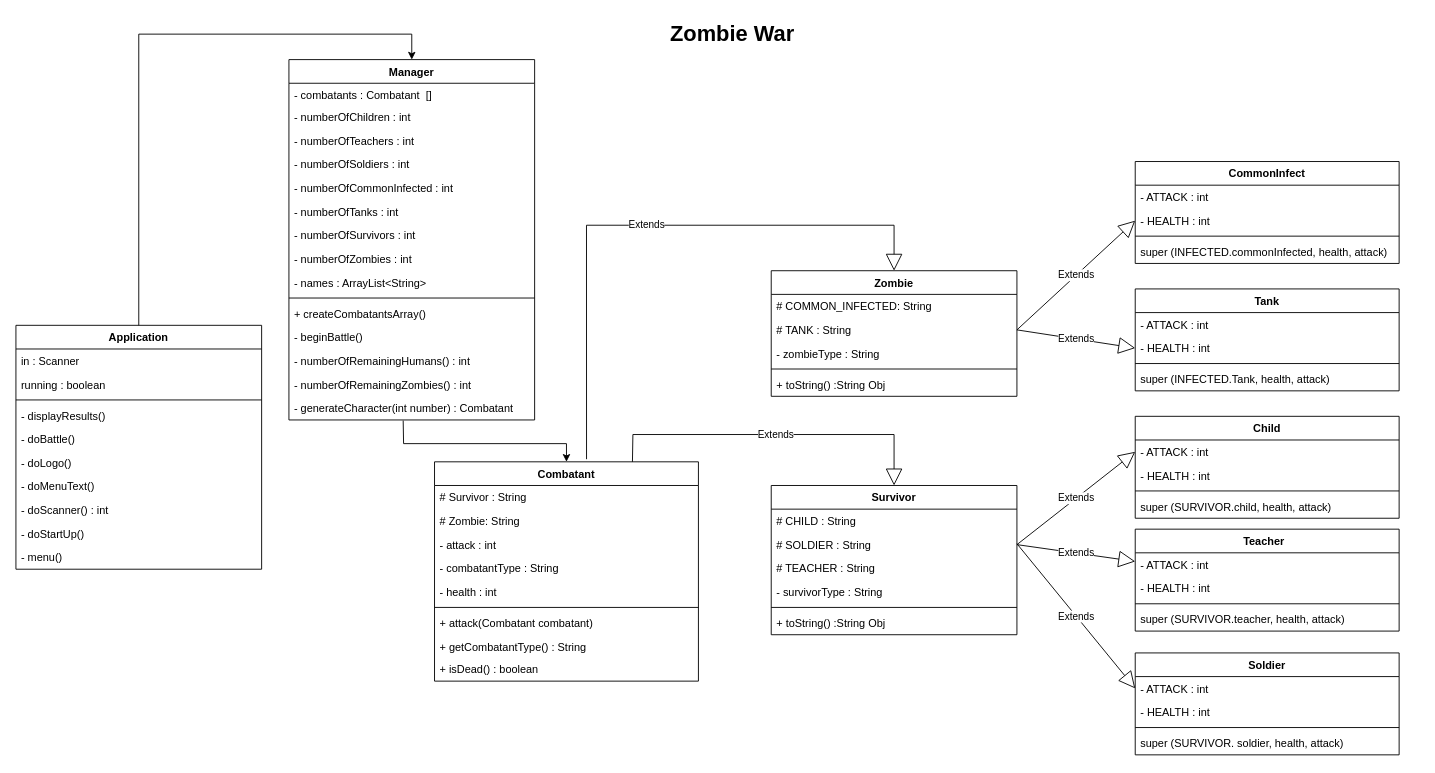
NeslerJCSP/ZombieWar keeps this draw.io diagram as TeamCollabDrawIO.drawio. Above is the earlier version. Source tidied: cells renumbered, new cells numbered last; positions are measured from the earlier drawing's top-left corner, leaving out a move shared by most shapes. Both pictures are drawn from the tidied source at 91%, with x=0, y=0 at pixel (15, 15).
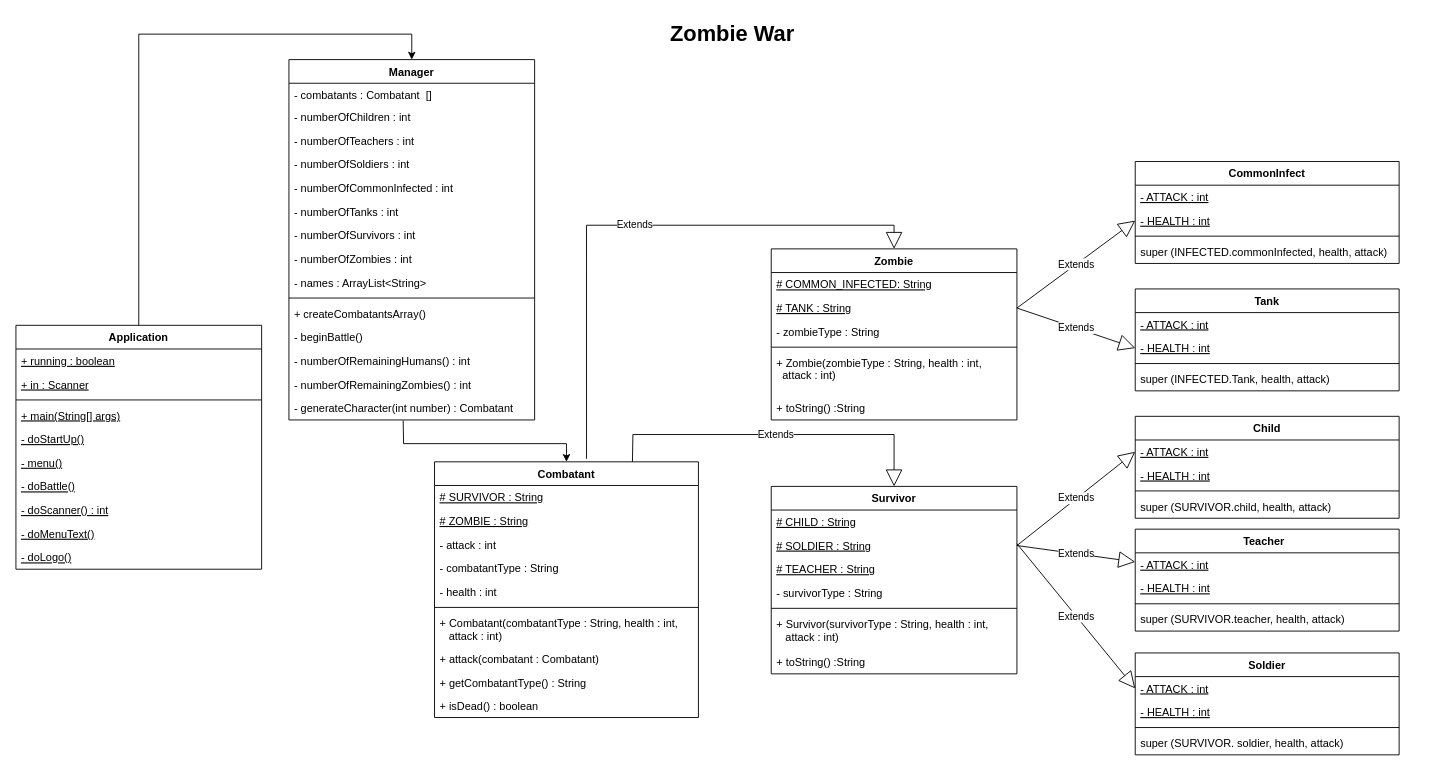
The same diagram, later.

Unchanged cells that the change refers to:
```xml
<mxCell id="19" value="Tank" style="swimlane;fontStyle=1;align=center;verticalAlign=top;horizontal=1;startSize=26;" parent="1" vertex="1">
  <mxGeometry x="1230" y="300" width="290" height="112" as="geometry" />
</mxCell>
<mxCell id="24" value="CommonInfect" style="swimlane;fontStyle=1;align=center;verticalAlign=top;horizontal=1;startSize=26;" parent="1" vertex="1">
  <mxGeometry x="1230" y="160" width="290" height="112" as="geometry" />
</mxCell>
<mxCell id="29" value="Child" style="swimlane;fontStyle=1;align=center;verticalAlign=top;horizontal=1;startSize=26;" parent="1" vertex="1">
  <mxGeometry x="1230" y="440" width="290" height="112" as="geometry" />
</mxCell>
<mxCell id="34" value="Teacher  " style="swimlane;fontStyle=1;align=center;verticalAlign=top;horizontal=1;startSize=26;" parent="1" vertex="1">
  <mxGeometry x="1230" y="564" width="290" height="112" as="geometry" />
</mxCell>
<mxCell id="39" value="Soldier" style="swimlane;fontStyle=1;align=center;verticalAlign=top;horizontal=1;startSize=26;" parent="1" vertex="1">
  <mxGeometry x="1230" y="700" width="290" height="112" as="geometry" />
</mxCell>
<mxCell id="67" value="Application" style="swimlane;fontStyle=1;align=center;verticalAlign=top;horizontal=1;startSize=26;" parent="1" vertex="1">
  <mxGeometry y="340" width="270" height="268" as="geometry" />
</mxCell>
```

What changed in the source:
```diff
@@
-    <mxCell id="20" value="- ATTACK : int " style="text;strokeColor=none;fillColor=none;align=left;verticalAlign=top;spacingLeft=4;spacingRight=4;overflow=hidden;" parent="19" vertex="1">
+    <mxCell id="20" value="- ATTACK : int " style="text;strokeColor=none;fillColor=none;align=left;verticalAlign=top;spacingLeft=4;spacingRight=4;overflow=hidden;fontStyle=4;" parent="19" vertex="1">
       <mxGeometry y="26" width="290" height="26" as="geometry" />
     </mxCell>
-    <mxCell id="21" value="- HEALTH : int " style="text;strokeColor=none;fillColor=none;align=left;verticalAlign=top;spacingLeft=4;spacingRight=4;overflow=hidden;points=[[0,0.5],[1,0.5]];portConstraint=eastwest;" parent="19" vertex="1">
+    <mxCell id="21" value="- HEALTH : int " style="text;strokeColor=none;fillColor=none;align=left;verticalAlign=top;spacingLeft=4;spacingRight=4;overflow=hidden;points=[[0,0.5],[1,0.5]];portConstraint=eastwest;fontStyle=4;" parent="19" vertex="1">
       <mxGeometry y="52" width="290" height="26" as="geometry" />
     </mxCell>
@@
-    <mxCell id="25" value="- ATTACK : int " style="text;strokeColor=none;fillColor=none;align=left;verticalAlign=top;spacingLeft=4;spacingRight=4;overflow=hidden;" parent="24" vertex="1">
+    <mxCell id="25" value="- ATTACK : int " style="text;strokeColor=none;fillColor=none;align=left;verticalAlign=top;spacingLeft=4;spacingRight=4;overflow=hidden;fontStyle=4;" parent="24" vertex="1">
       <mxGeometry y="26" width="290" height="26" as="geometry" />
     </mxCell>
-    <mxCell id="26" value="- HEALTH : int " style="text;strokeColor=none;fillColor=none;align=left;verticalAlign=top;spacingLeft=4;spacingRight=4;overflow=hidden;points=[[0,0.5],[1,0.5]];portConstraint=eastwest;" parent="24" vertex="1">
+    <mxCell id="26" value="- HEALTH : int " style="text;strokeColor=none;fillColor=none;align=left;verticalAlign=top;spacingLeft=4;spacingRight=4;overflow=hidden;points=[[0,0.5],[1,0.5]];portConstraint=eastwest;fontStyle=4;" parent="24" vertex="1">
       <mxGeometry y="52" width="290" height="26" as="geometry" />
     </mxCell>
@@
-    <mxCell id="30" value="- ATTACK : int " style="text;strokeColor=none;fillColor=none;align=left;verticalAlign=top;spacingLeft=4;spacingRight=4;overflow=hidden;points=[[0,0.5],[1,0.5]];portConstraint=eastwest;" parent="29" vertex="1">
+    <mxCell id="30" value="- ATTACK : int " style="text;strokeColor=none;fillColor=none;align=left;verticalAlign=top;spacingLeft=4;spacingRight=4;overflow=hidden;points=[[0,0.5],[1,0.5]];portConstraint=eastwest;fontStyle=4;" parent="29" vertex="1">
       <mxGeometry y="26" width="290" height="26" as="geometry" />
     </mxCell>
-    <mxCell id="31" value="- HEALTH : int " style="text;strokeColor=none;fillColor=none;align=left;verticalAlign=top;spacingLeft=4;spacingRight=4;overflow=hidden;" parent="29" vertex="1">
+    <mxCell id="31" value="- HEALTH : int " style="text;strokeColor=none;fillColor=none;align=left;verticalAlign=top;spacingLeft=4;spacingRight=4;overflow=hidden;fontStyle=4;" parent="29" vertex="1">
       <mxGeometry y="52" width="290" height="26" as="geometry" />
     </mxCell>
@@
-    <mxCell id="35" value="- ATTACK : int " style="text;strokeColor=none;fillColor=none;align=left;verticalAlign=top;spacingLeft=4;spacingRight=4;overflow=hidden;" parent="34" vertex="1">
+    <mxCell id="35" value="- ATTACK : int " style="text;strokeColor=none;fillColor=none;align=left;verticalAlign=top;spacingLeft=4;spacingRight=4;overflow=hidden;fontStyle=4;" parent="34" vertex="1">
       <mxGeometry y="26" width="290" height="26" as="geometry" />
     </mxCell>
-    <mxCell id="36" value="- HEALTH : int " style="text;strokeColor=none;fillColor=none;align=left;verticalAlign=top;spacingLeft=4;spacingRight=4;overflow=hidden;" parent="34" vertex="1">
+    <mxCell id="36" value="- HEALTH : int " style="text;strokeColor=none;fillColor=none;align=left;verticalAlign=top;spacingLeft=4;spacingRight=4;overflow=hidden;fontStyle=4;" parent="34" vertex="1">
       <mxGeometry y="52" width="290" height="26" as="geometry" />
     </mxCell>
@@
-    <mxCell id="40" value="- ATTACK : int " style="text;strokeColor=none;fillColor=none;align=left;verticalAlign=top;spacingLeft=4;spacingRight=4;overflow=hidden;points=[[0,0.5],[1,0.5]];portConstraint=eastwest;" parent="39" vertex="1">
+    <mxCell id="40" value="- ATTACK : int " style="text;strokeColor=none;fillColor=none;align=left;verticalAlign=top;spacingLeft=4;spacingRight=4;overflow=hidden;points=[[0,0.5],[1,0.5]];portConstraint=eastwest;fontStyle=4;" parent="39" vertex="1">
       <mxGeometry y="26" width="290" height="26" as="geometry" />
     </mxCell>
-    <mxCell id="41" value="- HEALTH : int " style="text;strokeColor=none;fillColor=none;align=left;verticalAlign=top;spacingLeft=4;spacingRight=4;overflow=hidden;" parent="39" vertex="1">
+    <mxCell id="41" value="- HEALTH : int " style="text;strokeColor=none;fillColor=none;align=left;verticalAlign=top;spacingLeft=4;spacingRight=4;overflow=hidden;fontStyle=4;" parent="39" vertex="1">
       <mxGeometry y="52" width="290" height="26" as="geometry" />
     </mxCell>
@@
     <mxCell id="44" value="Zombie" style="swimlane;fontStyle=1;align=center;verticalAlign=top;horizontal=1;startSize=26;" parent="1" vertex="1">
-      <mxGeometry x="830" y="280" width="270" height="138" as="geometry" />
+      <mxGeometry x="830" y="256" width="270" height="188" as="geometry" />
     </mxCell>
-    <mxCell id="45" value="# COMMON_INFECTED: String" style="text;strokeColor=none;fillColor=none;align=left;verticalAlign=top;spacingLeft=4;spacingRight=4;overflow=hidden;" parent="44" vertex="1">
+    <mxCell id="45" value="# COMMON_INFECTED: String" style="text;strokeColor=none;fillColor=none;align=left;verticalAlign=top;spacingLeft=4;spacingRight=4;overflow=hidden;fontStyle=4;" parent="44" vertex="1">
       <mxGeometry y="26" width="270" height="26" as="geometry" />
     </mxCell>
-    <mxCell id="46" value="# TANK : String" style="text;strokeColor=none;fillColor=none;align=left;verticalAlign=top;spacingLeft=4;spacingRight=4;overflow=hidden;points=[[0,0.5],[1,0.5]];portConstraint=eastwest;" parent="44" vertex="1">
+    <mxCell id="46" value="# TANK : String" style="text;strokeColor=none;fillColor=none;align=left;verticalAlign=top;spacingLeft=4;spacingRight=4;overflow=hidden;points=[[0,0.5],[1,0.5]];portConstraint=eastwest;fontStyle=4;" parent="44" vertex="1">
       <mxGeometry y="52" width="270" height="26" as="geometry" />
     </mxCell>
@@
+    <mxCell id="87" value="+ Zombie(zombieType : String, health : int, &#10;  attack : int)" style="text;strokeColor=none;fillColor=none;align=left;verticalAlign=top;spacingLeft=4;spacingRight=4;overflow=hidden;" parent="44" vertex="1">
+      <mxGeometry y="112" width="270" height="50" as="geometry" />
+    </mxCell>
-    <mxCell id="49" value="+ toString() :String Obj" style="text;strokeColor=none;fillColor=none;align=left;verticalAlign=top;spacingLeft=4;spacingRight=4;overflow=hidden;" parent="44" vertex="1">
-      <mxGeometry y="112" width="270" height="26" as="geometry" />
+    <mxCell id="49" value="+ toString() :String" style="text;strokeColor=none;fillColor=none;align=left;verticalAlign=top;spacingLeft=4;spacingRight=4;overflow=hidden;" parent="44" vertex="1">
+      <mxGeometry y="162" width="270" height="26" as="geometry" />
     </mxCell>
     <mxCell id="50" value="Survivor" style="swimlane;fontStyle=1;align=center;verticalAlign=top;horizontal=1;startSize=26;" parent="1" vertex="1">
-      <mxGeometry x="830" y="516" width="270" height="164" as="geometry" />
+      <mxGeometry x="830" y="517" width="270" height="206" as="geometry" />
     </mxCell>
-    <mxCell id="51" value="# CHILD : String" style="text;strokeColor=none;fillColor=none;align=left;verticalAlign=top;spacingLeft=4;spacingRight=4;overflow=hidden;" parent="50" vertex="1">
+    <mxCell id="51" value="# CHILD : String" style="text;strokeColor=none;fillColor=none;align=left;verticalAlign=top;spacingLeft=4;spacingRight=4;overflow=hidden;fontStyle=4;" parent="50" vertex="1">
       <mxGeometry y="26" width="270" height="26" as="geometry" />
     </mxCell>
-    <mxCell id="52" value="# SOLDIER : String" style="text;strokeColor=none;fillColor=none;align=left;verticalAlign=top;spacingLeft=4;spacingRight=4;overflow=hidden;points=[[0,0.5],[1,0.5]];portConstraint=eastwest;" parent="50" vertex="1">
+    <mxCell id="52" value="# SOLDIER : String" style="text;strokeColor=none;fillColor=none;align=left;verticalAlign=top;spacingLeft=4;spacingRight=4;overflow=hidden;points=[[0,0.5],[1,0.5]];portConstraint=eastwest;fontStyle=4;" parent="50" vertex="1">
       <mxGeometry y="52" width="270" height="26" as="geometry" />
     </mxCell>
-    <mxCell id="53" value="# TEACHER : String" style="text;strokeColor=none;fillColor=none;align=left;verticalAlign=top;spacingLeft=4;spacingRight=4;overflow=hidden;" parent="50" vertex="1">
+    <mxCell id="53" value="# TEACHER : String" style="text;strokeColor=none;fillColor=none;align=left;verticalAlign=top;spacingLeft=4;spacingRight=4;overflow=hidden;fontStyle=4;" parent="50" vertex="1">
       <mxGeometry y="78" width="270" height="26" as="geometry" />
     </mxCell>
@@
+    <mxCell id="88" value="+ Survivor(survivorType : String, health : int, &#10;   attack : int)" style="text;strokeColor=none;fillColor=none;align=left;verticalAlign=top;spacingLeft=4;spacingRight=4;overflow=hidden;" parent="50" vertex="1">
+      <mxGeometry y="138" width="270" height="42" as="geometry" />
+    </mxCell>
-    <mxCell id="56" value="+ toString() :String Obj" style="text;strokeColor=none;fillColor=none;align=left;verticalAlign=top;spacingLeft=4;spacingRight=4;overflow=hidden;" parent="50" vertex="1">
-      <mxGeometry y="138" width="270" height="26" as="geometry" />
+    <mxCell id="56" value="+ toString() :String" style="text;strokeColor=none;fillColor=none;align=left;verticalAlign=top;spacingLeft=4;spacingRight=4;overflow=hidden;" parent="50" vertex="1">
+      <mxGeometry y="180" width="270" height="26" as="geometry" />
     </mxCell>
     <mxCell id="57" value="Combatant" style="swimlane;fontStyle=1;align=center;verticalAlign=top;horizontal=1;startSize=26;" parent="1" vertex="1">
-      <mxGeometry x="460" y="490" width="290" height="241" as="geometry" />
+      <mxGeometry x="460" y="490" width="290" height="281" as="geometry" />
     </mxCell>
-    <mxCell id="58" value="# Survivor : String " style="text;strokeColor=none;fillColor=none;align=left;verticalAlign=top;spacingLeft=4;spacingRight=4;overflow=hidden;" parent="57" vertex="1">
+    <mxCell id="58" value="# SURVIVOR : String " style="text;strokeColor=none;fillColor=none;align=left;verticalAlign=top;spacingLeft=4;spacingRight=4;overflow=hidden;fontStyle=4;" parent="57" vertex="1">
       <mxGeometry y="26" width="290" height="26" as="geometry" />
     </mxCell>
-    <mxCell id="59" value="# Zombie: String" style="text;strokeColor=none;fillColor=none;align=left;verticalAlign=top;spacingLeft=4;spacingRight=4;overflow=hidden;" parent="57" vertex="1">
+    <mxCell id="59" value="# ZOMBIE : String" style="text;strokeColor=none;fillColor=none;align=left;verticalAlign=top;spacingLeft=4;spacingRight=4;overflow=hidden;fontStyle=4;" parent="57" vertex="1">
       <mxGeometry y="52" width="290" height="26" as="geometry" />
     </mxCell>
@@
+    <mxCell id="89" value="+ Combatant(combatantType : String, health : int, &#10;   attack : int)" style="text;strokeColor=none;fillColor=none;align=left;verticalAlign=top;spacingLeft=4;spacingRight=4;overflow=hidden;" parent="57" vertex="1">
+      <mxGeometry y="164" width="290" height="40" as="geometry" />
+    </mxCell>
-    <mxCell id="64" value="+ attack(Combatant combatant)" style="text;strokeColor=none;fillColor=none;align=left;verticalAlign=top;spacingLeft=4;spacingRight=4;overflow=hidden;" parent="57" vertex="1">
-      <mxGeometry y="164" width="290" height="26" as="geometry" />
+    <mxCell id="64" value="+ attack(combatant : Combatant)" style="text;strokeColor=none;fillColor=none;align=left;verticalAlign=top;spacingLeft=4;spacingRight=4;overflow=hidden;" parent="57" vertex="1">
+      <mxGeometry y="204" width="290" height="26" as="geometry" />
     </mxCell>
     <mxCell id="65" value="+ getCombatantType() : String" style="text;strokeColor=none;fillColor=none;align=left;verticalAlign=top;spacingLeft=4;spacingRight=4;overflow=hidden;" parent="57" vertex="1">
-      <mxGeometry y="190" width="290" height="25" as="geometry" />
+      <mxGeometry y="230" width="290" height="25" as="geometry" />
     </mxCell>
     <mxCell id="66" value="+ isDead() : boolean" style="text;strokeColor=none;fillColor=none;align=left;verticalAlign=top;spacingLeft=4;spacingRight=4;overflow=hidden;" parent="57" vertex="1">
-      <mxGeometry y="215" width="290" height="26" as="geometry" />
+      <mxGeometry y="255" width="290" height="26" as="geometry" />
     </mxCell>
@@
+    <mxCell id="69" value="+ running : boolean" style="text;strokeColor=none;fillColor=none;align=left;verticalAlign=top;spacingLeft=4;spacingRight=4;overflow=hidden;fontStyle=4;" parent="67" vertex="1">
+      <mxGeometry y="26" width="270" height="26" as="geometry" />
+    </mxCell>
-    <mxCell id="68" value="in : Scanner" style="text;strokeColor=none;fillColor=none;align=left;verticalAlign=top;spacingLeft=4;spacingRight=4;overflow=hidden;" parent="67" vertex="1">
-      <mxGeometry y="26" width="270" height="26" as="geometry" />
+    <mxCell id="68" value="+ in : Scanner" style="text;strokeColor=none;fillColor=none;align=left;verticalAlign=top;spacingLeft=4;spacingRight=4;overflow=hidden;fontStyle=4;" parent="67" vertex="1">
+      <mxGeometry y="52" width="270" height="26" as="geometry" />
     </mxCell>
-    <mxCell id="69" value="running : boolean" style="text;strokeColor=none;fillColor=none;align=left;verticalAlign=top;spacingLeft=4;spacingRight=4;overflow=hidden;" parent="67" vertex="1">
-      <mxGeometry y="52" width="270" height="26" as="geometry" />
-    </mxCell>
@@
-    <mxCell id="71" value="- displayResults()" style="text;strokeColor=none;fillColor=none;align=left;verticalAlign=top;spacingLeft=4;spacingRight=4;overflow=hidden;" parent="67" vertex="1">
-      <mxGeometry y="86" width="270" height="26" as="geometry" />
-    </mxCell>
-    <mxCell id="72" value="- doBattle()" style="text;strokeColor=none;fillColor=none;align=left;verticalAlign=top;spacingLeft=4;spacingRight=4;overflow=hidden;" parent="67" vertex="1">
-      <mxGeometry y="112" width="270" height="26" as="geometry" />
-    </mxCell>
-    <mxCell id="73" value="- doLogo()" style="text;strokeColor=none;fillColor=none;align=left;verticalAlign=top;spacingLeft=4;spacingRight=4;overflow=hidden;" parent="67" vertex="1">
-      <mxGeometry y="138" width="270" height="26" as="geometry" />
-    </mxCell>
-    <mxCell id="74" value="- doMenuText()" style="text;strokeColor=none;fillColor=none;align=left;verticalAlign=top;spacingLeft=4;spacingRight=4;overflow=hidden;" parent="67" vertex="1">
-      <mxGeometry y="164" width="270" height="26" as="geometry" />
-    </mxCell>
-    <mxCell id="75" value="- doScanner() : int" style="text;strokeColor=none;fillColor=none;align=left;verticalAlign=top;spacingLeft=4;spacingRight=4;overflow=hidden;" parent="67" vertex="1">
-      <mxGeometry y="190" width="270" height="26" as="geometry" />
-    </mxCell>
+    <mxCell id="90" value="+ main(String[] args)" style="text;strokeColor=none;fillColor=none;align=left;verticalAlign=top;spacingLeft=4;spacingRight=4;overflow=hidden;fontStyle=4;" parent="67" vertex="1">
+      <mxGeometry y="86" width="270" height="26" as="geometry" />
+    </mxCell>
-    <mxCell id="76" value="- doStartUp()" style="text;strokeColor=none;fillColor=none;align=left;verticalAlign=top;spacingLeft=4;spacingRight=4;overflow=hidden;" parent="67" vertex="1">
-      <mxGeometry y="216" width="270" height="26" as="geometry" />
+    <mxCell id="76" value="- doStartUp()" style="text;strokeColor=none;fillColor=none;align=left;verticalAlign=top;spacingLeft=4;spacingRight=4;overflow=hidden;fontStyle=4;" parent="67" vertex="1">
+      <mxGeometry y="112" width="270" height="26" as="geometry" />
     </mxCell>
-    <mxCell id="77" value="- menu()" style="text;strokeColor=none;fillColor=none;align=left;verticalAlign=top;spacingLeft=4;spacingRight=4;overflow=hidden;" parent="67" vertex="1">
-      <mxGeometry y="242" width="270" height="26" as="geometry" />
+    <mxCell id="77" value="- menu()" style="text;strokeColor=none;fillColor=none;align=left;verticalAlign=top;spacingLeft=4;spacingRight=4;overflow=hidden;fontStyle=4;" parent="67" vertex="1">
+      <mxGeometry y="138" width="270" height="26" as="geometry" />
     </mxCell>
+    <mxCell id="72" value="- doBattle()" style="text;strokeColor=none;fillColor=none;align=left;verticalAlign=top;spacingLeft=4;spacingRight=4;overflow=hidden;fontStyle=4;" parent="67" vertex="1">
+      <mxGeometry y="164" width="270" height="26" as="geometry" />
+    </mxCell>
+    <mxCell id="75" value="- doScanner() : int" style="text;strokeColor=none;fillColor=none;align=left;verticalAlign=top;spacingLeft=4;spacingRight=4;overflow=hidden;fontStyle=4;" parent="67" vertex="1">
+      <mxGeometry y="190" width="270" height="26" as="geometry" />
+    </mxCell>
+    <mxCell id="74" value="- doMenuText()" style="text;strokeColor=none;fillColor=none;align=left;verticalAlign=top;spacingLeft=4;spacingRight=4;overflow=hidden;fontStyle=4;" parent="67" vertex="1">
+      <mxGeometry y="216" width="270" height="26" as="geometry" />
+    </mxCell>
+    <mxCell id="73" value="- doLogo()" style="text;strokeColor=none;fillColor=none;align=left;verticalAlign=top;spacingLeft=4;spacingRight=4;overflow=hidden;fontStyle=4;" parent="67" vertex="1">
+      <mxGeometry y="242" width="270" height="26" as="geometry" />
+    </mxCell>
```
